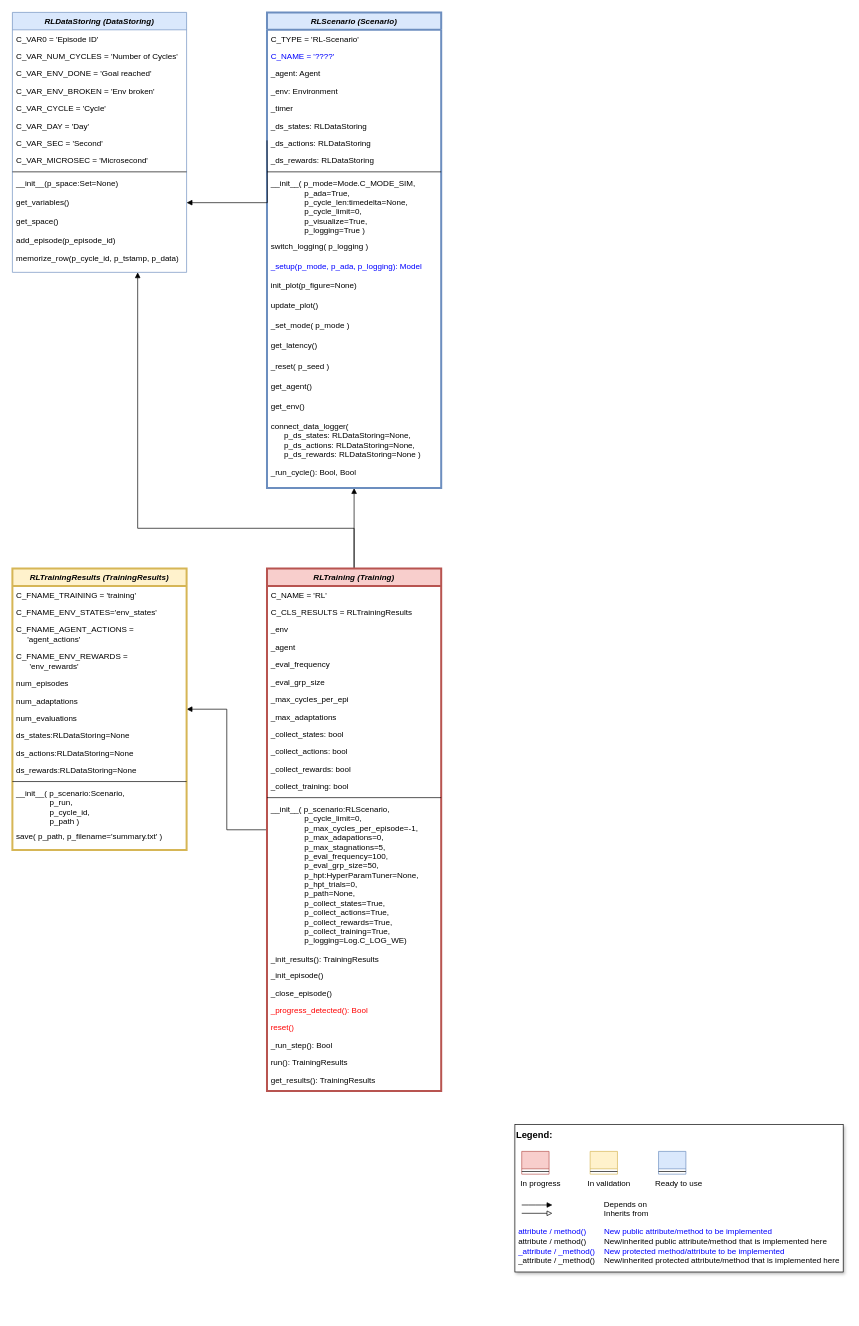
Earlier version of the draw.io diagram doc/rl/04 run and train/MLPro-RL-Train class diagram.drawio (fhswf/MLPro). Source tidied: cells renumbered, new cells numbered last; positions are measured from the earlier drawing's top-left corner, leaving out a move shared by most shapes. Both pictures are drawn from the tidied source at 67%, with x=0, y=0 at pixel (12, 12).
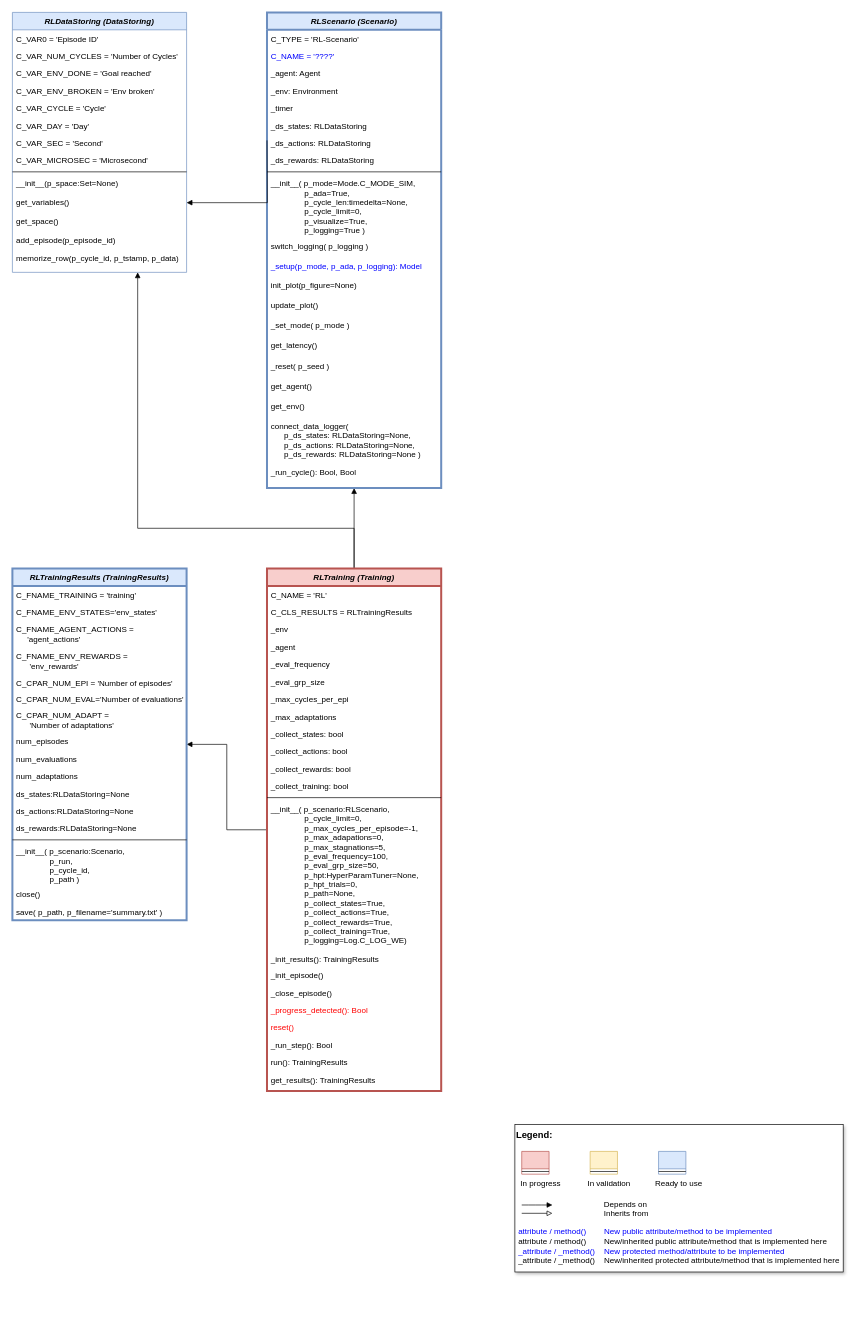
The same diagram, later.

The edit, as a diff of the source:
```diff
@@
-    <mxCell id="66" value="RLTrainingResults (TrainingResults)" style="swimlane;fontStyle=3;align=center;verticalAlign=top;horizontal=1;startSize=26;rounded=0;shadow=0;strokeWidth=3;fillColor=#fff2cc;strokeColor=#d6b656;" parent="1" vertex="1">
-      <mxGeometry y="830" width="260" height="420" as="geometry" />
+    <mxCell id="66" value="RLTrainingResults (TrainingResults)" style="swimlane;fontStyle=3;align=center;verticalAlign=top;horizontal=1;startSize=26;rounded=0;shadow=0;strokeWidth=3;fillColor=#dae8fc;strokeColor=#6c8ebf;" parent="1" vertex="1">
+      <mxGeometry y="830" width="260" height="525" as="geometry" />
     </mxCell>
@@
+    <mxCell id="90" value="C_CPAR_NUM_EPI = 'Number of episodes'" style="text;align=left;verticalAlign=top;spacingLeft=4;spacingRight=4;overflow=hidden;" parent="66" vertex="1">
+      <mxGeometry y="158" width="260" height="24" as="geometry" />
+    </mxCell>
+    <mxCell id="91" value="C_CPAR_NUM_EVAL='Number of evaluations'" style="text;align=left;verticalAlign=top;spacingLeft=4;spacingRight=4;overflow=hidden;" parent="66" vertex="1">
+      <mxGeometry y="182" width="260" height="24" as="geometry" />
+    </mxCell>
+    <mxCell id="92" value="C_CPAR_NUM_ADAPT =&#10;      'Number of adaptations'" style="text;align=left;verticalAlign=top;spacingLeft=4;spacingRight=4;overflow=hidden;" parent="66" vertex="1">
+      <mxGeometry y="206" width="260" height="39" as="geometry" />
+    </mxCell>
     <mxCell id="71" value="num_episodes" style="text;align=left;verticalAlign=top;spacingLeft=4;spacingRight=4;overflow=hidden;" parent="66" vertex="1">
-      <mxGeometry y="158" width="260" height="26" as="geometry" />
+      <mxGeometry y="245" width="260" height="26" as="geometry" />
     </mxCell>
+    <mxCell id="73" value="num_evaluations" style="text;align=left;verticalAlign=top;spacingLeft=4;spacingRight=4;overflow=hidden;" parent="66" vertex="1">
+      <mxGeometry y="271" width="260" height="26" as="geometry" />
+    </mxCell>
     <mxCell id="72" value="num_adaptations" style="text;align=left;verticalAlign=top;spacingLeft=4;spacingRight=4;overflow=hidden;" parent="66" vertex="1">
-      <mxGeometry y="184" width="260" height="26" as="geometry" />
+      <mxGeometry y="297" width="260" height="26" as="geometry" />
     </mxCell>
-    <mxCell id="73" value="num_evaluations" style="text;align=left;verticalAlign=top;spacingLeft=4;spacingRight=4;overflow=hidden;" parent="66" vertex="1">
-      <mxGeometry y="210" width="260" height="26" as="geometry" />
-    </mxCell>
     <mxCell id="74" value="ds_states:RLDataStoring=None" style="text;align=left;verticalAlign=top;spacingLeft=4;spacingRight=4;overflow=hidden;" parent="66" vertex="1">
-      <mxGeometry y="236" width="260" height="26" as="geometry" />
+      <mxGeometry y="323" width="260" height="26" as="geometry" />
     </mxCell>
     <mxCell id="75" value="ds_actions:RLDataStoring=None" style="text;align=left;verticalAlign=top;spacingLeft=4;spacingRight=4;overflow=hidden;" parent="66" vertex="1">
-      <mxGeometry y="262" width="260" height="26" as="geometry" />
+      <mxGeometry y="349" width="260" height="26" as="geometry" />
     </mxCell>
     <mxCell id="76" value="ds_rewards:RLDataStoring=None" style="text;align=left;verticalAlign=top;spacingLeft=4;spacingRight=4;overflow=hidden;" parent="66" vertex="1">
-      <mxGeometry y="288" width="260" height="26" as="geometry" />
+      <mxGeometry y="375" width="260" height="26" as="geometry" />
     </mxCell>
     <mxCell id="77" style="line;html=1;strokeWidth=1;align=left;verticalAlign=middle;spacingTop=-1;spacingLeft=3;spacingRight=3;labelPosition=right;" parent="66" vertex="1">
-      <mxGeometry y="314" width="260" height="8" as="geometry" />
+      <mxGeometry y="401" width="260" height="8" as="geometry" />
     </mxCell>
     <mxCell id="78" value="__init__( p_scenario:Scenario, &#10;               p_run,&#10;               p_cycle_id,&#10;               p_path )" style="text;align=left;verticalAlign=top;spacingLeft=4;spacingRight=4;overflow=hidden;" parent="66" vertex="1">
-      <mxGeometry y="322" width="260" height="64" as="geometry" />
+      <mxGeometry y="409" width="260" height="64" as="geometry" />
     </mxCell>
+    <mxCell id="93" value="close()" style="text;align=left;verticalAlign=top;spacingLeft=4;spacingRight=4;overflow=hidden;" parent="66" vertex="1">
+      <mxGeometry y="473" width="260" height="26" as="geometry" />
+    </mxCell>
     <mxCell id="79" value="save( p_path, p_filename='summary.txt' )" style="text;align=left;verticalAlign=top;spacingLeft=4;spacingRight=4;overflow=hidden;" parent="66" vertex="1">
-      <mxGeometry y="386" width="260" height="26" as="geometry" />
+      <mxGeometry y="499" width="260" height="26" as="geometry" />
     </mxCell>
```
